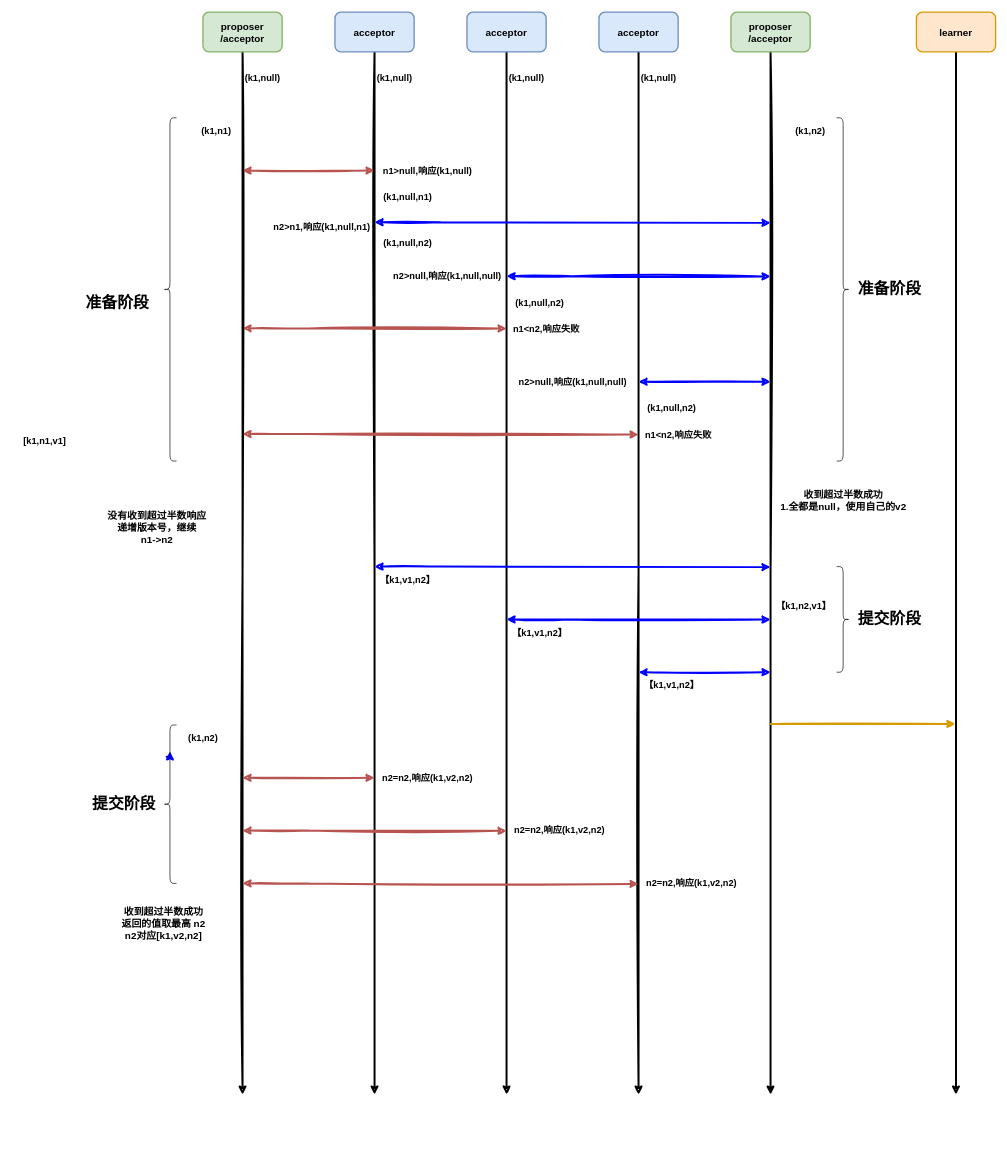
Earlier version of the draw.io diagram distributed/paxos-2.drawio (donscoco/diagrams). Source tidied: cells renumbered, new cells numbered last; positions are measured from the earlier drawing's top-left corner, leaving out a move shared by most shapes. Both pictures are drawn from the tidied source at 66%, with x=0, y=0 at pixel (11, 12).
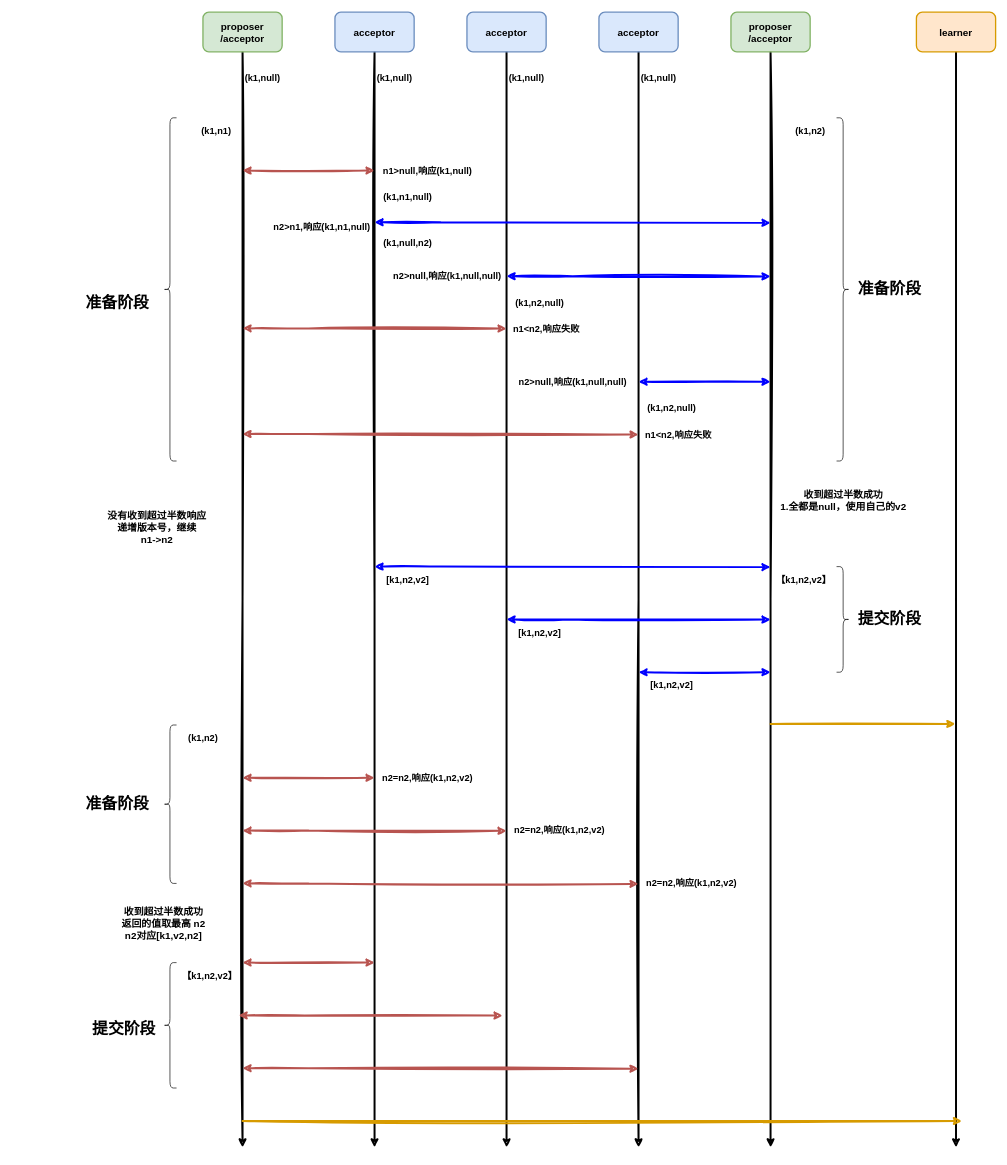
The same page after the edit.

Unchanged cells that the change refers to:
```xml
<mxCell id="3" value="proposer&lt;br&gt;/acceptor" style="rounded=1;whiteSpace=wrap;html=1;strokeWidth=2;fillWeight=4;hachureGap=8;hachureAngle=45;fillColor=#d5e8d4;sketch=0;strokeColor=#82b366;fontSize=15;fontStyle=1;" parent="1" vertex="1">
  <mxGeometry x="290" width="120" height="60" as="geometry" />
</mxCell>
<mxCell id="5" value="acceptor" style="rounded=1;whiteSpace=wrap;html=1;strokeWidth=2;fillWeight=4;hachureGap=8;hachureAngle=45;fillColor=#dae8fc;sketch=0;strokeColor=#6c8ebf;fontSize=15;fontStyle=1;" parent="1" vertex="1">
  <mxGeometry x="490" width="120" height="60" as="geometry" />
</mxCell>
<mxCell id="7" value="acceptor" style="rounded=1;whiteSpace=wrap;html=1;strokeWidth=2;fillWeight=4;hachureGap=8;hachureAngle=45;fillColor=#dae8fc;sketch=0;strokeColor=#6c8ebf;fontSize=15;fontStyle=1;" parent="1" vertex="1">
  <mxGeometry x="690" width="120" height="60" as="geometry" />
</mxCell>
<mxCell id="9" value="acceptor" style="rounded=1;whiteSpace=wrap;html=1;strokeWidth=2;fillWeight=4;hachureGap=8;hachureAngle=45;fillColor=#dae8fc;sketch=0;strokeColor=#6c8ebf;fontSize=15;fontStyle=1;" parent="1" vertex="1">
  <mxGeometry x="890" width="120" height="60" as="geometry" />
</mxCell>
<mxCell id="11" value="proposer&lt;br&gt;/acceptor" style="rounded=1;whiteSpace=wrap;html=1;strokeWidth=2;fillWeight=4;hachureGap=8;hachureAngle=45;fillColor=#d5e8d4;sketch=0;strokeColor=#82b366;fontSize=15;fontStyle=1;" parent="1" vertex="1">
  <mxGeometry x="1090" width="120" height="60" as="geometry" />
</mxCell>
<mxCell id="22" style="shape=curlyBracket;whiteSpace=wrap;html=1;rounded=1;labelPosition=left;verticalLabelPosition=middle;align=right;verticalAlign=middle;sketch=0;fontSize=14;" parent="1" vertex="1">
  <mxGeometry x="230" y="1080" width="20" height="240" as="geometry" />
</mxCell>
<mxCell id="31" value="learner" style="rounded=1;whiteSpace=wrap;html=1;strokeWidth=2;fillWeight=4;hachureGap=8;hachureAngle=45;fillColor=#ffe6cc;sketch=0;strokeColor=#d79b00;fontSize=15;fontStyle=1;" parent="1" vertex="1">
  <mxGeometry x="1371" width="120" height="60" as="geometry" />
</mxCell>
<mxCell id="55" value="(k1,n2)" style="text;strokeColor=none;fillColor=none;html=1;fontSize=14;fontStyle=1;verticalAlign=middle;align=center;sketch=0;" parent="1" vertex="1">
  <mxGeometry x="240" y="1080" width="100" height="40" as="geometry" />
</mxCell>
```

What changed in the source:
```diff
@@
     <mxCell id="2" style="edgeStyle=orthogonalEdgeStyle;rounded=0;jettySize=auto;html=1;fontSize=15;strokeWidth=3;sketch=1;" parent="1" edge="1" source="3">
       <mxGeometry relative="1" as="geometry">
-        <mxPoint x="350" y="1640" as="targetPoint" />
+        <mxPoint x="350" y="1720" as="targetPoint" />
       </mxGeometry>
     </mxCell>
@@
     <mxCell id="4" style="edgeStyle=orthogonalEdgeStyle;rounded=0;jettySize=auto;html=1;fontSize=15;strokeWidth=3;sketch=1;" parent="1" edge="1" source="5">
       <mxGeometry relative="1" as="geometry">
-        <mxPoint x="550" y="1640" as="targetPoint" />
+        <mxPoint x="550" y="1720" as="targetPoint" />
       </mxGeometry>
     </mxCell>
@@
     <mxCell id="6" style="edgeStyle=orthogonalEdgeStyle;rounded=0;jettySize=auto;html=1;fontSize=15;strokeWidth=3;sketch=1;" parent="1" edge="1" source="7">
       <mxGeometry relative="1" as="geometry">
-        <mxPoint x="750" y="1640" as="targetPoint" />
+        <mxPoint x="750" y="1720" as="targetPoint" />
       </mxGeometry>
     </mxCell>
@@
     <mxCell id="8" style="edgeStyle=orthogonalEdgeStyle;rounded=0;jettySize=auto;html=1;fontSize=15;strokeWidth=3;sketch=1;" parent="1" edge="1" source="9">
       <mxGeometry relative="1" as="geometry">
-        <mxPoint x="950" y="1640" as="targetPoint" />
+        <mxPoint x="950" y="1720" as="targetPoint" />
       </mxGeometry>
     </mxCell>
@@
     <mxCell id="10" style="edgeStyle=orthogonalEdgeStyle;rounded=0;jettySize=auto;html=1;fontSize=15;strokeWidth=3;sketch=1;" parent="1" edge="1" source="11">
       <mxGeometry relative="1" as="geometry">
-        <mxPoint x="1150" y="1640" as="targetPoint" />
+        <mxPoint x="1150" y="1720" as="targetPoint" />
       </mxGeometry>
     </mxCell>
@@
-    <mxCell id="21" style="edgeStyle=orthogonalEdgeStyle;rounded=0;sketch=1;jettySize=auto;html=1;exitX=0.25;exitY=0.2;exitDx=0;exitDy=0;exitPerimeter=0;entryX=0;entryY=1;entryDx=0;entryDy=0;strokeColor=#0000FF;strokeWidth=3;" parent="1" edge="1" source="22" target="55">
-      <mxGeometry relative="1" as="geometry" />
-    </mxCell>
@@
-    <mxCell id="23" value="[k1,n1,v1]" style="text;strokeColor=none;fillColor=none;html=1;fontSize=14;fontStyle=1;verticalAlign=middle;align=center;sketch=0;" parent="1" vertex="1">
-      <mxGeometry y="630" width="100" height="40" as="geometry" />
-    </mxCell>
-    <mxCell id="24" value="提交阶段" style="text;strokeColor=none;fillColor=none;html=1;fontSize=24;fontStyle=1;verticalAlign=middle;align=center;sketch=0;" parent="1" vertex="1">
-      <mxGeometry x="120" y="1180" width="100" height="40" as="geometry" />
-    </mxCell>
@@
-    <mxCell id="29" value="【k1,n2,v1】" style="text;strokeColor=none;fillColor=none;html=1;fontSize=14;fontStyle=1;verticalAlign=middle;align=center;sketch=0;" parent="1" vertex="1">
-      <mxGeometry x="1150" y="880" width="100" height="40" as="geometry" />
+    <mxCell id="29" value="【k1,n2,v2】" style="text;strokeColor=none;fillColor=none;html=1;fontSize=14;fontStyle=1;verticalAlign=middle;align=center;sketch=0;" parent="1" vertex="1">
+      <mxGeometry x="1150" y="840" width="100" height="40" as="geometry" />
     </mxCell>
     <mxCell id="30" style="edgeStyle=orthogonalEdgeStyle;rounded=0;jettySize=auto;html=1;strokeWidth=3;sketch=1;" parent="1" edge="1" source="31">
       <mxGeometry relative="1" as="geometry">
-        <mxPoint x="1431" y="1640" as="targetPoint" />
+        <mxPoint x="1431" y="1720" as="targetPoint" />
       </mxGeometry>
     </mxCell>
@@
-    <mxCell id="39" value="n2&amp;gt;n1,响应(k1,null,n1)" style="text;html=1;fontSize=14;fontStyle=1;verticalAlign=middle;align=center;sketch=0;" parent="1" vertex="1">
+    <mxCell id="39" value="n2&amp;gt;n1,响应(k1,n1,null)" style="text;html=1;fontSize=14;fontStyle=1;verticalAlign=middle;align=center;sketch=0;" parent="1" vertex="1">
       <mxGeometry x="420" y="305" width="100" height="40" as="geometry" />
     </mxCell>
-    <mxCell id="40" value="(k1,null,n1)" style="text;strokeColor=none;fillColor=none;html=1;fontSize=14;fontStyle=1;verticalAlign=middle;align=center;sketch=0;" parent="1" vertex="1">
+    <mxCell id="40" value="(k1,n1,null)" style="text;strokeColor=none;fillColor=none;html=1;fontSize=14;fontStyle=1;verticalAlign=middle;align=center;sketch=0;" parent="1" vertex="1">
       <mxGeometry x="550" y="260" width="100" height="40" as="geometry" />
     </mxCell>
@@
-    <mxCell id="43" value="(k1,null,n2)" style="text;strokeColor=none;fillColor=none;html=1;fontSize=14;fontStyle=1;verticalAlign=middle;align=center;sketch=0;" parent="1" vertex="1">
+    <mxCell id="43" value="(k1,n2,null)" style="text;strokeColor=none;fillColor=none;html=1;fontSize=14;fontStyle=1;verticalAlign=middle;align=center;sketch=0;" parent="1" vertex="1">
       <mxGeometry x="750" y="420" width="100" height="40" as="geometry" />
     </mxCell>
@@
-    <mxCell id="46" value="(k1,null,n2)" style="text;strokeColor=none;fillColor=none;html=1;fontSize=14;fontStyle=1;verticalAlign=middle;align=center;sketch=0;" parent="1" vertex="1">
+    <mxCell id="46" value="(k1,n2,null)" style="text;strokeColor=none;fillColor=none;html=1;fontSize=14;fontStyle=1;verticalAlign=middle;align=center;sketch=0;" parent="1" vertex="1">
       <mxGeometry x="950" y="580" width="100" height="40" as="geometry" />
     </mxCell>
@@
-    <mxCell id="57" value="【k1,v1,n2】" style="text;strokeColor=none;fillColor=none;html=1;fontSize=14;fontStyle=1;verticalAlign=middle;align=center;sketch=0;" parent="1" vertex="1">
+    <mxCell id="57" value="[k1,n2,v2]" style="text;strokeColor=none;fillColor=none;html=1;fontSize=14;fontStyle=1;verticalAlign=middle;align=center;sketch=0;" parent="1" vertex="1">
       <mxGeometry x="550" y="840" width="100" height="40" as="geometry" />
     </mxCell>
-    <mxCell id="58" value="【k1,v1,n2】" style="text;strokeColor=none;fillColor=none;html=1;fontSize=14;fontStyle=1;verticalAlign=middle;align=center;sketch=0;" parent="1" vertex="1">
+    <mxCell id="58" value="[k1,n2,v2]" style="text;strokeColor=none;fillColor=none;html=1;fontSize=14;fontStyle=1;verticalAlign=middle;align=center;sketch=0;" parent="1" vertex="1">
       <mxGeometry x="750" y="920" width="100" height="40" as="geometry" />
     </mxCell>
-    <mxCell id="59" value="【k1,v1,n2】" style="text;strokeColor=none;fillColor=none;html=1;fontSize=14;fontStyle=1;verticalAlign=middle;align=center;sketch=0;" parent="1" vertex="1">
+    <mxCell id="59" value="[k1,n2,v2]" style="text;strokeColor=none;fillColor=none;html=1;fontSize=14;fontStyle=1;verticalAlign=middle;align=center;sketch=0;" parent="1" vertex="1">
       <mxGeometry x="950" y="1000" width="100" height="40" as="geometry" />
     </mxCell>
@@
-    <mxCell id="61" value="n2=n2,响应(k1,v2,n2)" style="text;html=1;fontSize=14;fontStyle=1;verticalAlign=middle;align=center;sketch=0;" parent="1" vertex="1">
+    <mxCell id="61" value="n2=n2,响应(k1,n2,v2)" style="text;html=1;fontSize=14;fontStyle=1;verticalAlign=middle;align=center;sketch=0;" parent="1" vertex="1">
       <mxGeometry x="580" y="1140" width="100" height="40" as="geometry" />
     </mxCell>
-    <mxCell id="62" value="n2=n2,响应(k1,v2,n2)" style="text;html=1;fontSize=14;fontStyle=1;verticalAlign=middle;align=center;sketch=0;" parent="1" vertex="1">
+    <mxCell id="62" value="n2=n2,响应(k1,n2,v2)" style="text;html=1;fontSize=14;fontStyle=1;verticalAlign=middle;align=center;sketch=0;" parent="1" vertex="1">
       <mxGeometry x="780" y="1219" width="100" height="40" as="geometry" />
     </mxCell>
-    <mxCell id="63" value="n2=n2,响应(k1,v2,n2)" style="text;html=1;fontSize=14;fontStyle=1;verticalAlign=middle;align=center;sketch=0;" parent="1" vertex="1">
+    <mxCell id="63" value="n2=n2,响应(k1,n2,v2)" style="text;html=1;fontSize=14;fontStyle=1;verticalAlign=middle;align=center;sketch=0;" parent="1" vertex="1">
       <mxGeometry x="980" y="1299" width="100" height="40" as="geometry" />
     </mxCell>
+    <mxCell id="64" style="shape=curlyBracket;whiteSpace=wrap;html=1;rounded=1;labelPosition=left;verticalLabelPosition=middle;align=right;verticalAlign=middle;sketch=0;fontSize=14;" parent="1" vertex="1">
+      <mxGeometry x="230" y="1440" width="20" height="190" as="geometry" />
+    </mxCell>
+    <mxCell id="65" style="endArrow=classic;startArrow=classic;html=1;rounded=0;sketch=1;strokeWidth=3;fillColor=#f8cecc;strokeColor=#b85450;" parent="1" edge="1">
+      <mxGeometry relative="1" as="geometry">
+        <mxPoint x="350" y="1440" as="sourcePoint" />
+        <mxPoint x="550" y="1440" as="targetPoint" />
+      </mxGeometry>
+    </mxCell>
+    <mxCell id="66" style="endArrow=classic;startArrow=classic;html=1;rounded=0;sketch=1;strokeWidth=3;fillColor=#f8cecc;strokeColor=#b85450;" parent="1" edge="1">
+      <mxGeometry relative="1" as="geometry">
+        <mxPoint x="344" y="1520" as="sourcePoint" />
+        <mxPoint x="744" y="1520.3" as="targetPoint" />
+        <Array as="points">
+          <mxPoint x="444" y="1520" />
+        </Array>
+      </mxGeometry>
+    </mxCell>
+    <mxCell id="67" style="endArrow=classic;startArrow=classic;html=1;rounded=0;sketch=1;strokeWidth=3;entryX=0;entryY=0.5;entryDx=0;entryDy=0;fillColor=#f8cecc;strokeColor=#b85450;" parent="1" edge="1">
+      <mxGeometry relative="1" as="geometry">
+        <mxPoint x="350" y="1600" as="sourcePoint" />
+        <mxPoint x="950" y="1600.8" as="targetPoint" />
+        <Array as="points">
+          <mxPoint x="450" y="1600" />
+        </Array>
+      </mxGeometry>
+    </mxCell>
+    <mxCell id="68" value="准备阶段" style="text;strokeColor=none;fillColor=none;html=1;fontSize=24;fontStyle=1;verticalAlign=middle;align=center;sketch=0;" parent="1" vertex="1">
+      <mxGeometry x="110" y="1179" width="100" height="40" as="geometry" />
+    </mxCell>
+    <mxCell id="24" value="提交阶段" style="text;strokeColor=none;fillColor=none;html=1;fontSize=24;fontStyle=1;verticalAlign=middle;align=center;sketch=0;" parent="1" vertex="1">
+      <mxGeometry x="120" y="1520" width="100" height="40" as="geometry" />
+    </mxCell>
+    <mxCell id="69" value="【k1,n2,v2】" style="text;strokeColor=none;fillColor=none;html=1;fontSize=14;fontStyle=1;verticalAlign=middle;align=center;sketch=0;" parent="1" vertex="1">
+      <mxGeometry x="250" y="1440" width="100" height="40" as="geometry" />
+    </mxCell>
+    <mxCell id="70" style="endArrow=classic;html=1;rounded=0;sketch=1;strokeWidth=3;fontSize=15;fillColor=#ffe6cc;strokeColor=#d79b00;" parent="1" edge="1">
+      <mxGeometry relative="1" as="geometry">
+        <mxPoint x="350" y="1680" as="sourcePoint" />
+        <mxPoint x="1440" y="1680" as="targetPoint" />
+      </mxGeometry>
+    </mxCell>
```
